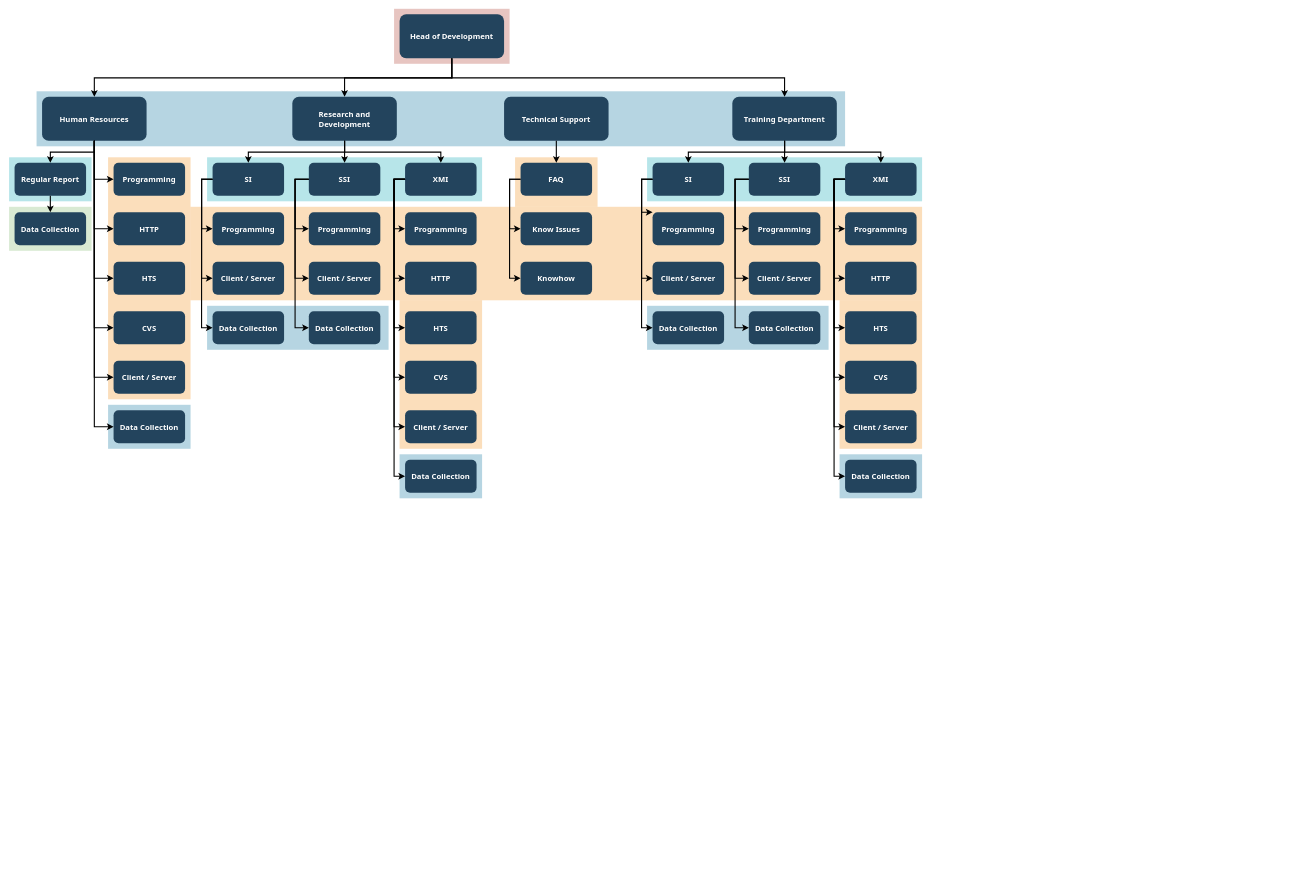
This is DIW/Diagrama sin título.drawio from biianca11/BiancaIonel, a draw.io file, before an edit. Source tidied: cells renumbered, new cells numbered last; positions are measured from the earlier drawing's top-left corner, leaving out a move shared by most shapes. Both pictures are drawn from the tidied source at 55%, with x=0, y=0 at pixel (9, 9).
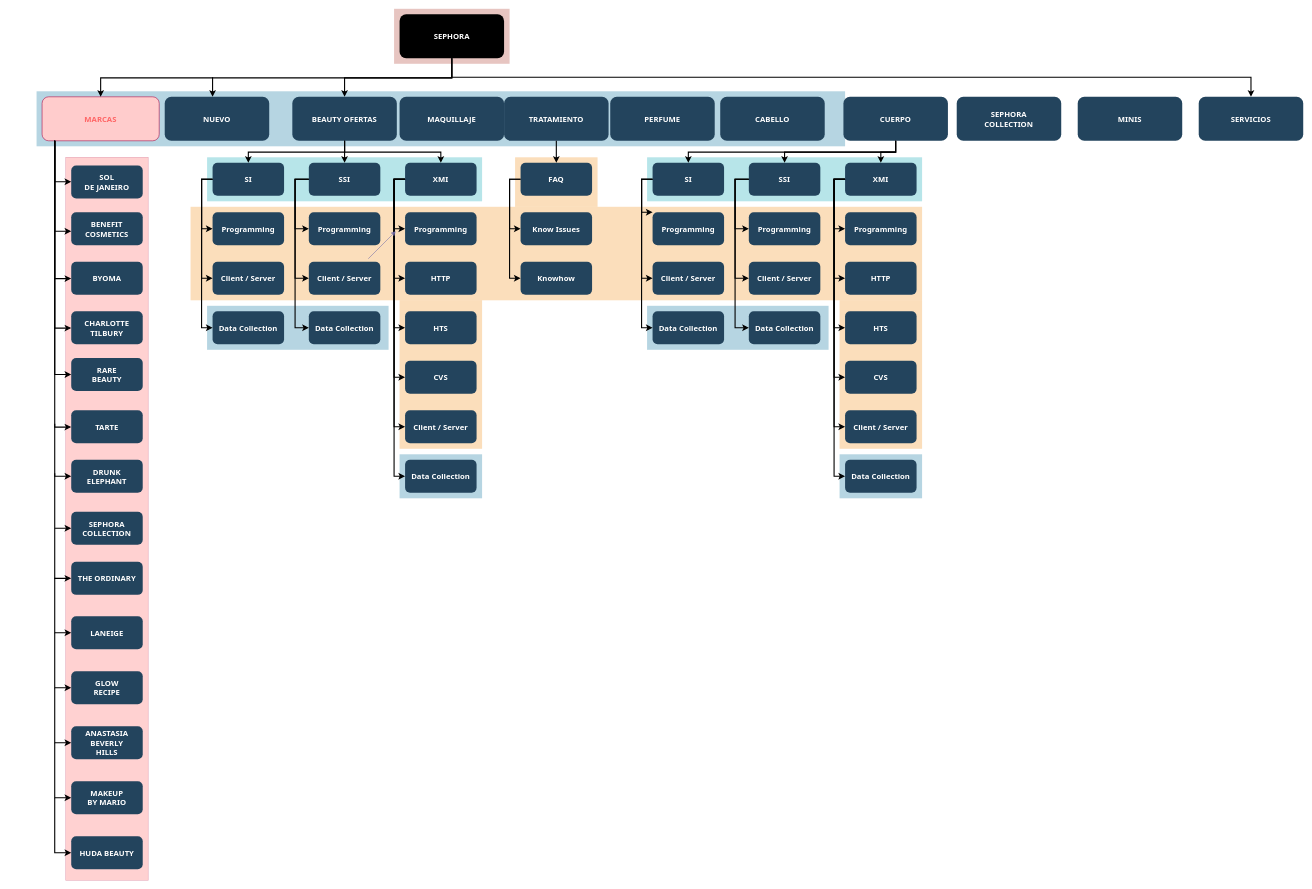
The same page after the edit.

What changed in the source:
```diff
@@
-    <mxCell id="7" style="fillColor=#F2931E;strokeColor=none;opacity=30;" parent="1" vertex="1">
-      <mxGeometry x="180" y="269.5" width="150" height="440" as="geometry" />
+    <mxCell id="7" style="fillColor=#FF6666;strokeColor=#A50040;opacity=30;fontColor=#ffffff;" parent="1" vertex="1">
+      <mxGeometry x="103" y="269.5" width="150" height="1314.5" as="geometry" />
     </mxCell>
@@
-    <mxCell id="13" style="fillColor=#10739E;strokeColor=none;opacity=30;" parent="1" vertex="1">
-      <mxGeometry x="180" y="719.5" width="150" height="80" as="geometry" />
-    </mxCell>
-    <mxCell id="14" style="fillColor=#D9EAD3;strokeColor=none;" parent="1" vertex="1">
-      <mxGeometry y="359.5" width="150" height="80" as="geometry" />
-    </mxCell>
@@
-    <mxCell id="17" style="fillColor=#12AAB5;strokeColor=none;opacity=30;" parent="1" vertex="1">
-      <mxGeometry y="269.5" width="150" height="80" as="geometry" />
-    </mxCell>
-    <mxCell id="18" value="Head of Development" style="rounded=1;fillColor=#23445D;gradientColor=none;strokeColor=none;fontColor=#FFFFFF;fontStyle=1;fontFamily=Tahoma;fontSize=14;" parent="1" vertex="1">
+    <mxCell id="18" value="SEPHORA" style="rounded=1;fillColor=#000000;gradientColor=none;strokeColor=none;fontColor=#FFFFFF;fontStyle=1;fontFamily=Tahoma;fontSize=14;" parent="1" vertex="1">
       <mxGeometry x="710" y="9.5" width="190" height="80" as="geometry" />
     </mxCell>
-    <mxCell id="19" value="Training Department" style="rounded=1;fillColor=#23445D;gradientColor=none;strokeColor=none;fontColor=#FFFFFF;fontStyle=1;fontFamily=Tahoma;fontSize=14;" parent="1" vertex="1">
-      <mxGeometry x="1315" y="159.5" width="190" height="80" as="geometry" />
+    <mxCell id="19" value="CUERPO" style="rounded=1;fillColor=#23445D;gradientColor=none;strokeColor=none;fontColor=#FFFFFF;fontStyle=1;fontFamily=Tahoma;fontSize=14;" parent="1" vertex="1">
+      <mxGeometry x="1517" y="159.5" width="190" height="80" as="geometry" />
     </mxCell>
-    <mxCell id="20" style="edgeStyle=elbowEdgeStyle;elbow=vertical;strokeWidth=2;rounded=0;" parent="1" edge="1" source="18" target="19">
-      <mxGeometry x="337" y="215.5" as="geometry" />
+    <mxCell id="20" style="edgeStyle=elbowEdgeStyle;elbow=vertical;strokeWidth=2;rounded=0;" parent="1" edge="1" target="116">
+      <mxGeometry x="337" y="215.5" as="geometry">
+        <mxPoint x="805" y="89" as="sourcePoint" />
+      </mxGeometry>
     </mxCell>
-    <mxCell id="21" value="Technical Support" style="rounded=1;fillColor=#23445D;gradientColor=none;strokeColor=none;fontColor=#FFFFFF;fontStyle=1;fontFamily=Tahoma;fontSize=14;" parent="1" vertex="1">
+    <mxCell id="21" value="TRATAMIENTO" style="rounded=1;fillColor=#23445D;gradientColor=none;strokeColor=none;fontColor=#FFFFFF;fontStyle=1;fontFamily=Tahoma;fontSize=14;" parent="1" vertex="1">
       <mxGeometry x="900" y="159.5" width="190" height="80" as="geometry" />
     </mxCell>
-    <mxCell id="22" value="Research and &#10;Development" style="rounded=1;fillColor=#23445D;gradientColor=none;strokeColor=none;fontColor=#FFFFFF;fontStyle=1;fontFamily=Tahoma;fontSize=14;" parent="1" vertex="1">
+    <mxCell id="22" value="BEAUTY OFERTAS" style="rounded=1;fillColor=#23445D;gradientColor=none;strokeColor=none;fontColor=#FFFFFF;fontStyle=1;fontFamily=Tahoma;fontSize=14;" parent="1" vertex="1">
       <mxGeometry x="515" y="159.5" width="190" height="80" as="geometry" />
     </mxCell>
-    <mxCell id="23" value="Human Resources" style="rounded=1;fillColor=#23445D;gradientColor=none;strokeColor=none;fontColor=#FFFFFF;fontStyle=1;fontFamily=Tahoma;fontSize=14;" parent="1" vertex="1">
-      <mxGeometry x="60" y="159.5" width="190" height="80" as="geometry" />
+    <mxCell id="23" value="MARCAS" style="rounded=1;fillColor=#FFCCCC;strokeColor=#A50040;fontColor=#FF6666;fontStyle=1;fontFamily=Tahoma;fontSize=14;" parent="1" vertex="1">
+      <mxGeometry x="60" y="159.5" width="213" height="80" as="geometry" />
     </mxCell>
-    <mxCell id="24" value="Regular Report" style="rounded=1;fillColor=#23445D;gradientColor=none;strokeColor=none;fontColor=#FFFFFF;fontStyle=1;fontFamily=Tahoma;fontSize=14;" parent="1" vertex="1">
-      <mxGeometry x="10" y="279.5" width="130" height="60" as="geometry" />
-    </mxCell>
-    <mxCell id="25" value="Data Collection" style="rounded=1;fillColor=#23445D;gradientColor=none;strokeColor=none;fontColor=#FFFFFF;fontStyle=1;fontFamily=Tahoma;fontSize=14;" parent="1" vertex="1">
-      <mxGeometry x="10" y="369.5" width="130" height="60" as="geometry" />
-    </mxCell>
-    <mxCell id="26" value="Programming" style="rounded=1;fillColor=#23445D;gradientColor=none;strokeColor=none;fontColor=#FFFFFF;fontStyle=1;fontFamily=Tahoma;fontSize=14;" parent="1" vertex="1">
-      <mxGeometry x="190" y="279.5" width="130" height="60" as="geometry" />
+    <mxCell id="26" value="SOL&#10;DE JANEIRO" style="rounded=1;fillColor=#23445D;gradientColor=none;strokeColor=none;fontColor=#FFFFFF;fontStyle=1;fontFamily=Tahoma;fontSize=14;" parent="1" vertex="1">
+      <mxGeometry x="113" y="284.5" width="130" height="60" as="geometry" />
     </mxCell>
-    <mxCell id="27" value="HTTP" style="rounded=1;fillColor=#23445D;gradientColor=none;strokeColor=none;fontColor=#FFFFFF;fontStyle=1;fontFamily=Tahoma;fontSize=14;" parent="1" vertex="1">
-      <mxGeometry x="190" y="369.5" width="130" height="60" as="geometry" />
+    <mxCell id="27" value="BENEFIT&#10;COSMETICS" style="rounded=1;fillColor=#23445D;gradientColor=none;strokeColor=none;fontColor=#FFFFFF;fontStyle=1;fontFamily=Tahoma;fontSize=14;" parent="1" vertex="1">
+      <mxGeometry x="113" y="369.5" width="130" height="60" as="geometry" />
     </mxCell>
-    <mxCell id="28" value="HTS" style="rounded=1;fillColor=#23445D;gradientColor=none;strokeColor=none;fontColor=#FFFFFF;fontStyle=1;fontFamily=Tahoma;fontSize=14;" parent="1" vertex="1">
-      <mxGeometry x="190" y="459.5" width="130" height="60" as="geometry" />
+    <mxCell id="28" value="BYOMA" style="rounded=1;fillColor=#23445D;gradientColor=none;strokeColor=none;fontColor=#FFFFFF;fontStyle=1;fontFamily=Tahoma;fontSize=14;" parent="1" vertex="1">
+      <mxGeometry x="113" y="459.5" width="130" height="60" as="geometry" />
     </mxCell>
-    <mxCell id="29" value="CVS" style="rounded=1;fillColor=#23445D;gradientColor=none;strokeColor=none;fontColor=#FFFFFF;fontStyle=1;fontFamily=Tahoma;fontSize=14;" parent="1" vertex="1">
-      <mxGeometry x="190" y="549.5" width="130" height="60" as="geometry" />
+    <mxCell id="29" value="CHARLOTTE&#10;TILBURY" style="rounded=1;fillColor=#23445D;gradientColor=none;strokeColor=none;fontColor=#FFFFFF;fontStyle=1;fontFamily=Tahoma;fontSize=14;" parent="1" vertex="1">
+      <mxGeometry x="113" y="549.5" width="130" height="60" as="geometry" />
     </mxCell>
-    <mxCell id="30" value="Client / Server" style="rounded=1;fillColor=#23445D;gradientColor=none;strokeColor=none;fontColor=#FFFFFF;fontStyle=1;fontFamily=Tahoma;fontSize=14;" parent="1" vertex="1">
-      <mxGeometry x="190" y="639.5" width="130" height="60" as="geometry" />
+    <mxCell id="30" value="RARE&#10;BEAUTY" style="rounded=1;fillColor=#23445D;gradientColor=none;strokeColor=none;fontColor=#FFFFFF;fontStyle=1;fontFamily=Tahoma;fontSize=14;" parent="1" vertex="1">
+      <mxGeometry x="113" y="634.5" width="130" height="60" as="geometry" />
     </mxCell>
-    <mxCell id="31" value="Data Collection" style="rounded=1;fillColor=#23445D;gradientColor=none;strokeColor=none;fontColor=#FFFFFF;fontStyle=1;fontFamily=Tahoma;fontSize=14;" parent="1" vertex="1">
-      <mxGeometry x="190" y="729.5" width="130" height="60" as="geometry" />
+    <mxCell id="31" value="TARTE" style="rounded=1;fillColor=#23445D;gradientColor=none;strokeColor=none;fontColor=#FFFFFF;fontStyle=1;fontFamily=Tahoma;fontSize=14;" parent="1" vertex="1">
+      <mxGeometry x="113" y="729.5" width="130" height="60" as="geometry" />
     </mxCell>
@@
     <mxCell id="66" style="edgeStyle=elbowEdgeStyle;elbow=vertical;strokeWidth=2;rounded=0;" parent="1" edge="1" source="18" target="23">
-      <mxGeometry x="-23" y="135.5" as="geometry" />
+      <mxGeometry x="-23" y="135.5" as="geometry">
+        <Array as="points">
+          <mxPoint x="373" y="125" />
+        </Array>
+      </mxGeometry>
     </mxCell>
-    <mxCell id="67" style="edgeStyle=elbowEdgeStyle;elbow=vertical;strokeWidth=2;rounded=0;" parent="1" edge="1" source="23" target="24">
-      <mxGeometry x="-23" y="135.5" as="geometry" />
-    </mxCell>
-    <mxCell id="68" style="edgeStyle=elbowEdgeStyle;elbow=horizontal;strokeWidth=2;rounded=0;" parent="1" edge="1" source="23" target="26">
+    <mxCell id="68" style="edgeStyle=elbowEdgeStyle;elbow=horizontal;strokeWidth=2;rounded=0;" parent="1" edge="1" source="23">
       <mxGeometry x="-23" y="135.5" as="geometry">
+        <mxPoint x="113" y="314" as="targetPoint" />
         <Array as="points">
+          <mxPoint x="83" y="310" />
           <mxPoint x="155" y="259.5" />
         </Array>
       </mxGeometry>
     </mxCell>
-    <mxCell id="69" style="edgeStyle=elbowEdgeStyle;elbow=horizontal;strokeWidth=2;rounded=0;" parent="1" edge="1" source="23" target="27">
+    <mxCell id="69" style="edgeStyle=elbowEdgeStyle;elbow=horizontal;strokeWidth=2;rounded=0;" parent="1" edge="1" source="23">
       <mxGeometry x="-23" y="135.5" as="geometry">
+        <mxPoint x="113" y="404" as="targetPoint" />
         <Array as="points">
+          <mxPoint x="83" y="424" />
+          <mxPoint x="83" y="374" />
           <mxPoint x="155" y="299.5" />
         </Array>
       </mxGeometry>
     </mxCell>
-    <mxCell id="70" style="edgeStyle=elbowEdgeStyle;elbow=horizontal;strokeWidth=2;rounded=0;" parent="1" edge="1" source="23" target="28">
+    <mxCell id="70" style="edgeStyle=elbowEdgeStyle;elbow=horizontal;strokeWidth=2;rounded=0;" parent="1" edge="1" source="23">
       <mxGeometry x="-23" y="135.5" as="geometry">
+        <mxPoint x="113" y="490" as="targetPoint" />
         <Array as="points">
+          <mxPoint x="83" y="434" />
           <mxPoint x="155" y="349.5" />
         </Array>
       </mxGeometry>
     </mxCell>
-    <mxCell id="71" style="edgeStyle=elbowEdgeStyle;elbow=horizontal;strokeWidth=2;rounded=0;" parent="1" edge="1" source="23" target="29">
+    <mxCell id="71" style="edgeStyle=elbowEdgeStyle;elbow=horizontal;strokeWidth=2;rounded=0;" parent="1" edge="1">
       <mxGeometry x="-23" y="135.5" as="geometry">
+        <mxPoint x="83" y="239.5" as="sourcePoint" />
+        <mxPoint x="113" y="580" as="targetPoint" />
         <Array as="points">
-          <mxPoint x="155" y="399.5" />
+          <mxPoint x="83" y="399.5" />
         </Array>
       </mxGeometry>
     </mxCell>
-    <mxCell id="72" style="edgeStyle=elbowEdgeStyle;elbow=horizontal;strokeWidth=2;rounded=0;" parent="1" edge="1" source="23" target="30">
+    <mxCell id="72" style="edgeStyle=elbowEdgeStyle;elbow=horizontal;strokeWidth=2;rounded=0;entryX=0;entryY=0.5;entryDx=0;entryDy=0;" parent="1" edge="1" source="23" target="30">
       <mxGeometry x="-23" y="135.5" as="geometry">
         <Array as="points">
+          <mxPoint x="83" y="334" />
           <mxPoint x="155" y="439.5" />
         </Array>
       </mxGeometry>
     </mxCell>
-    <mxCell id="73" style="edgeStyle=elbowEdgeStyle;elbow=horizontal;strokeWidth=2;rounded=0;" parent="1" edge="1" source="23" target="31">
+    <mxCell id="73" style="edgeStyle=elbowEdgeStyle;elbow=horizontal;strokeWidth=2;rounded=0;" parent="1" edge="1">
       <mxGeometry x="-23" y="135.5" as="geometry">
+        <mxPoint x="83" y="239.5" as="sourcePoint" />
+        <mxPoint x="113" y="760" as="targetPoint" />
         <Array as="points">
-          <mxPoint x="155" y="489.5" />
+          <mxPoint x="83" y="274" />
+          <mxPoint x="83" y="489.5" />
         </Array>
       </mxGeometry>
     </mxCell>
@@
-    <mxCell id="107" style="edgeStyle=elbowEdgeStyle;elbow=vertical;rounded=0;strokeWidth=2;" parent="1" edge="1" source="24" target="25">
-      <mxGeometry x="-23" y="135.5" as="geometry" />
-    </mxCell>
+    <mxCell id="108" style="endArrow=classic;html=1;rounded=0;strokeColor=#736CA8;fontColor=#1A1A1A;" parent="1" edge="1">
+      <mxGeometry relative="1" as="geometry">
+        <mxPoint x="653" y="454" as="sourcePoint" />
+        <mxPoint x="703" y="404" as="targetPoint" />
+      </mxGeometry>
+    </mxCell>
+    <mxCell id="109" style="edgeStyle=elbowEdgeStyle;elbow=vertical;strokeWidth=2;rounded=0;" parent="1" edge="1">
+      <mxGeometry x="347" y="225.5" as="geometry">
+        <mxPoint x="370" y="124" as="sourcePoint" />
+        <mxPoint x="370" y="159.5" as="targetPoint" />
+        <Array as="points">
+          <mxPoint x="90" y="134" />
+        </Array>
+      </mxGeometry>
+    </mxCell>
+    <mxCell id="110" value="NUEVO" style="rounded=1;fillColor=#23445D;gradientColor=none;strokeColor=none;fontColor=#FFFFFF;fontStyle=1;fontFamily=Tahoma;fontSize=14;" parent="1" vertex="1">
+      <mxGeometry x="283" y="159.5" width="190" height="80" as="geometry" />
+    </mxCell>
+    <mxCell id="111" value="MAQUILLAJE" style="rounded=1;fillColor=#23445D;gradientColor=none;strokeColor=none;fontColor=#FFFFFF;fontStyle=1;fontFamily=Tahoma;fontSize=14;" parent="1" vertex="1">
+      <mxGeometry x="710" y="159.5" width="190" height="80" as="geometry" />
+    </mxCell>
+    <mxCell id="112" value="PERFUME" style="rounded=1;fillColor=#23445D;gradientColor=none;strokeColor=none;fontColor=#FFFFFF;fontStyle=1;fontFamily=Tahoma;fontSize=14;" parent="1" vertex="1">
+      <mxGeometry x="1093" y="159.5" width="190" height="80" as="geometry" />
+    </mxCell>
+    <mxCell id="113" value="CABELLO" style="rounded=1;fillColor=#23445D;gradientColor=none;strokeColor=none;fontColor=#FFFFFF;fontStyle=1;fontFamily=Tahoma;fontSize=14;" parent="1" vertex="1">
+      <mxGeometry x="1293" y="159.5" width="190" height="80" as="geometry" />
+    </mxCell>
+    <mxCell id="114" value="SEPHORA&#10;COLLECTION" style="rounded=1;fillColor=#23445D;gradientColor=none;strokeColor=none;fontColor=#FFFFFF;fontStyle=1;fontFamily=Tahoma;fontSize=14;" parent="1" vertex="1">
+      <mxGeometry x="1723" y="159.5" width="190" height="80" as="geometry" />
+    </mxCell>
+    <mxCell id="115" value="MINIS" style="rounded=1;fillColor=#23445D;gradientColor=none;strokeColor=none;fontColor=#FFFFFF;fontStyle=1;fontFamily=Tahoma;fontSize=14;" parent="1" vertex="1">
+      <mxGeometry x="1943" y="159.5" width="190" height="80" as="geometry" />
+    </mxCell>
+    <mxCell id="116" value="SERVICIOS" style="rounded=1;fillColor=#23445D;gradientColor=none;strokeColor=none;fontColor=#FFFFFF;fontStyle=1;fontFamily=Tahoma;fontSize=14;" parent="1" vertex="1">
+      <mxGeometry x="2163" y="159.5" width="190" height="80" as="geometry" />
+    </mxCell>
+    <mxCell id="117" value="DRUNK&#10;ELEPHANT" style="rounded=1;fillColor=#23445D;gradientColor=none;strokeColor=none;fontColor=#FFFFFF;fontStyle=1;fontFamily=Tahoma;fontSize=14;" parent="1" vertex="1">
+      <mxGeometry x="113" y="819.5" width="130" height="60" as="geometry" />
+    </mxCell>
+    <mxCell id="118" value="SEPHORA&#10;COLLECTION" style="rounded=1;fillColor=#23445D;gradientColor=none;strokeColor=none;fontColor=#FFFFFF;fontStyle=1;fontFamily=Tahoma;fontSize=14;" parent="1" vertex="1">
+      <mxGeometry x="113" y="914" width="130" height="60" as="geometry" />
+    </mxCell>
+    <mxCell id="119" value="THE ORDINARY" style="rounded=1;fillColor=#23445D;gradientColor=none;strokeColor=none;fontColor=#FFFFFF;fontStyle=1;fontFamily=Tahoma;fontSize=14;" parent="1" vertex="1">
+      <mxGeometry x="113" y="1005" width="130" height="60" as="geometry" />
+    </mxCell>
+    <mxCell id="120" value="LANEIGE" style="rounded=1;fillColor=#23445D;gradientColor=none;strokeColor=none;fontColor=#FFFFFF;fontStyle=1;fontFamily=Tahoma;fontSize=14;" parent="1" vertex="1">
+      <mxGeometry x="113" y="1104" width="130" height="60" as="geometry" />
+    </mxCell>
+    <mxCell id="121" value="GLOW&#10;RECIPE" style="rounded=1;fillColor=#23445D;gradientColor=none;strokeColor=none;fontColor=#FFFFFF;fontStyle=1;fontFamily=Tahoma;fontSize=14;" parent="1" vertex="1">
+      <mxGeometry x="113" y="1204" width="130" height="60" as="geometry" />
+    </mxCell>
+    <mxCell id="122" value="ANASTASIA&#10;BEVERLY&#10;HILLS" style="rounded=1;fillColor=#23445D;gradientColor=none;strokeColor=none;fontColor=#FFFFFF;fontStyle=1;fontFamily=Tahoma;fontSize=14;" parent="1" vertex="1">
+      <mxGeometry x="113" y="1304" width="130" height="60" as="geometry" />
+    </mxCell>
+    <mxCell id="123" value="MAKEUP&#10;BY MARIO" style="rounded=1;fillColor=#23445D;gradientColor=none;strokeColor=none;fontColor=#FFFFFF;fontStyle=1;fontFamily=Tahoma;fontSize=14;" parent="1" vertex="1">
+      <mxGeometry x="113" y="1404" width="130" height="60" as="geometry" />
+    </mxCell>
+    <mxCell id="124" value="HUDA BEAUTY" style="rounded=1;fillColor=#23445D;gradientColor=none;strokeColor=none;fontColor=#FFFFFF;fontStyle=1;fontFamily=Tahoma;fontSize=14;" parent="1" vertex="1">
+      <mxGeometry x="113" y="1504" width="130" height="60" as="geometry" />
+    </mxCell>
+    <mxCell id="125" style="edgeStyle=elbowEdgeStyle;elbow=horizontal;strokeWidth=2;rounded=0;entryX=0;entryY=0.5;entryDx=0;entryDy=0;" parent="1" edge="1" target="117">
+      <mxGeometry x="-23" y="135.5" as="geometry">
+        <mxPoint x="83" y="754" as="sourcePoint" />
+        <Array as="points">
+          <mxPoint x="83" y="1013.5" />
+        </Array>
+      </mxGeometry>
+    </mxCell>
+    <mxCell id="126" style="edgeLabel;html=1;align=center;verticalAlign=middle;strokeColor=#D0CEE2;fontColor=#1A1A1A;fillColor=#5D7F99;" parent="125" vertex="1">
+      <mxGeometry relative="1" as="geometry">
+        <mxPoint x="-2" y="-23" as="offset" />
+      </mxGeometry>
+    </mxCell>
+    <mxCell id="127" style="edgeStyle=elbowEdgeStyle;elbow=horizontal;strokeWidth=2;rounded=0;entryX=0;entryY=0.5;entryDx=0;entryDy=0;" parent="1" edge="1" target="118">
+      <mxGeometry x="-23" y="135.5" as="geometry">
+        <mxPoint x="83" y="844" as="sourcePoint" />
+        <Array as="points">
+          <mxPoint x="83" y="1123.5" />
+        </Array>
+      </mxGeometry>
+    </mxCell>
+    <mxCell id="128" style="edgeStyle=elbowEdgeStyle;elbow=horizontal;strokeWidth=2;rounded=0;entryX=0;entryY=0.5;entryDx=0;entryDy=0;" parent="1" edge="1" target="119">
+      <mxGeometry x="-23" y="135.5" as="geometry">
+        <mxPoint x="83" y="944" as="sourcePoint" />
+        <Array as="points">
+          <mxPoint x="83" y="1213.5" />
+        </Array>
+      </mxGeometry>
+    </mxCell>
+    <mxCell id="129" style="edgeStyle=elbowEdgeStyle;elbow=horizontal;strokeWidth=2;rounded=0;" parent="1" edge="1">
+      <mxGeometry x="-23" y="135.5" as="geometry">
+        <mxPoint x="83" y="1034" as="sourcePoint" />
+        <mxPoint x="113" y="1134" as="targetPoint" />
+        <Array as="points">
+          <mxPoint x="83" y="1303.5" />
+        </Array>
+      </mxGeometry>
+    </mxCell>
+    <mxCell id="130" style="edgeStyle=elbowEdgeStyle;elbow=horizontal;strokeWidth=2;rounded=0;" parent="1" edge="1">
+      <mxGeometry x="-23" y="135.5" as="geometry">
+        <mxPoint x="83" y="1234" as="sourcePoint" />
+        <mxPoint x="113" y="1334" as="targetPoint" />
+        <Array as="points">
+          <mxPoint x="83" y="1503.5" />
+        </Array>
+      </mxGeometry>
+    </mxCell>
+    <mxCell id="131" style="edgeStyle=elbowEdgeStyle;elbow=horizontal;strokeWidth=2;rounded=0;" parent="1" edge="1">
+      <mxGeometry x="-23" y="135.5" as="geometry">
+        <mxPoint x="83" y="1134" as="sourcePoint" />
+        <mxPoint x="113" y="1234" as="targetPoint" />
+        <Array as="points">
+          <mxPoint x="83" y="1403.5" />
+        </Array>
+      </mxGeometry>
+    </mxCell>
+    <mxCell id="132" style="edgeStyle=elbowEdgeStyle;elbow=horizontal;strokeWidth=2;rounded=0;entryX=0;entryY=0.5;entryDx=0;entryDy=0;" parent="1" edge="1" target="123">
+      <mxGeometry x="-23" y="135.5" as="geometry">
+        <mxPoint x="83" y="1334" as="sourcePoint" />
+        <Array as="points">
+          <mxPoint x="83" y="1603.5" />
+        </Array>
+      </mxGeometry>
+    </mxCell>
+    <mxCell id="133" style="edgeStyle=elbowEdgeStyle;elbow=horizontal;strokeWidth=2;rounded=0;" parent="1" edge="1">
+      <mxGeometry x="-23" y="135.5" as="geometry">
+        <mxPoint x="83" y="1434" as="sourcePoint" />
+        <mxPoint x="113" y="1534" as="targetPoint" />
+        <Array as="points">
+          <mxPoint x="83" y="1703.5" />
+        </Array>
+      </mxGeometry>
+    </mxCell>
```
